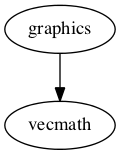
Before: Cargo.png, a diagram exported from Graphviz (PistonDevelopers/graphics). Its source is kept beside it as Cargo.dot. Source of this version:
```dot
digraph example3 {
    N0[label="graphics"];
    N1[label="vecmath"];
    N0 -> N1[label=""];
}
```
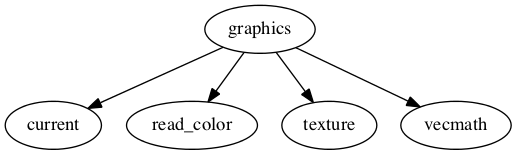
Above is the later version.

Commit message:
Updated dependency graph

Change to the diagram source:
```diff
@@ -1,5 +1,11 @@
-digraph example3 {
+digraph graphics {
     N0[label="graphics"];
-    N1[label="vecmath"];
+    N1[label="current"];
+    N2[label="read_color"];
+    N3[label="texture"];
+    N4[label="vecmath"];
+    N0 -> N2[label=""];
+    N0 -> N3[label=""];
     N0 -> N1[label=""];
+    N0 -> N4[label=""];
 }
```
